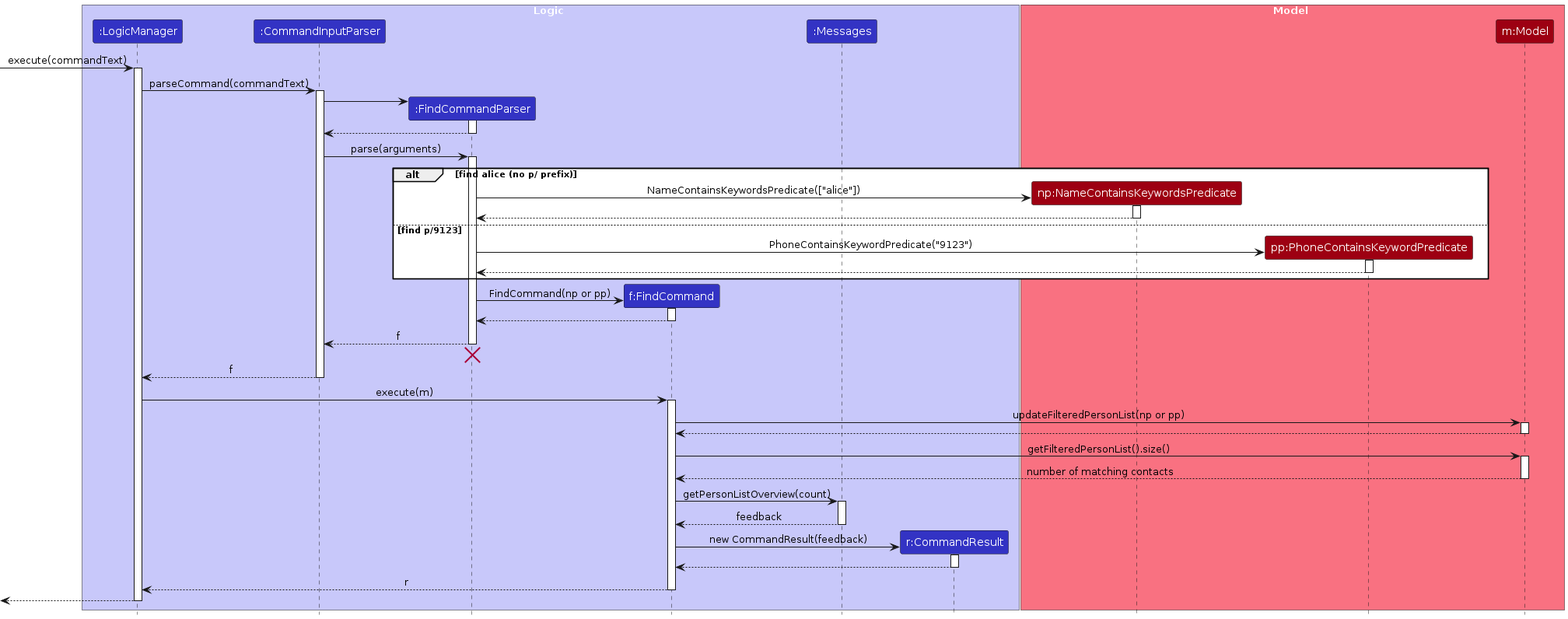
Above: diagrams/FindSequenceDiagram.png in AY2627S1-CS2103T-T09-2/tp (PlantUML), before the change. Its source is kept beside it as diagrams/FindSequenceDiagram.puml.
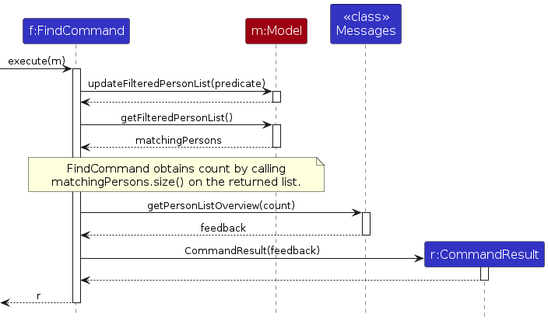
After the change.

What changed in the source:
```diff
@@ -1,78 +1,32 @@
 @startuml
 !include style.puml
 skinparam ArrowFontStyle plain
+skinparam SequenceMessageFontSize 16
+skinparam ParticipantFontSize 16
+skinparam NoteFontSize 15
 
-box Logic LOGIC_COLOR_T1
-participant ":LogicManager" as LogicManager LOGIC_COLOR
-participant ":CommandInputParser" as CommandInputParser LOGIC_COLOR
-participant ":FindCommandParser" as FindCommandParser LOGIC_COLOR
 participant "f:FindCommand" as FindCommand LOGIC_COLOR
-participant ":Messages" as Messages LOGIC_COLOR
+participant "m:Model" as Model MODEL_COLOR
+participant "<<class>>\nMessages" as Messages LOGIC_COLOR
 participant "r:CommandResult" as CommandResult LOGIC_COLOR
-end box
 
-box Model MODEL_COLOR_T1
-participant "np:NameContainsKeywordsPredicate" as NamePredicate MODEL_COLOR
-participant "pp:PhoneContainsKeywordPredicate" as PhonePredicate MODEL_COLOR
-participant "m:Model" as Model MODEL_COLOR
-end box
-
-[-> LogicManager : execute(commandText)
-activate LogicManager
-
-LogicManager -> CommandInputParser : parseCommand(commandText)
-activate CommandInputParser
-
-create FindCommandParser
-CommandInputParser -> FindCommandParser
-activate FindCommandParser
-
-FindCommandParser --> CommandInputParser
-deactivate FindCommandParser
-
-CommandInputParser -> FindCommandParser : parse(arguments)
-activate FindCommandParser
-
-alt find alice (no p/ prefix)
-    create NamePredicate
-    FindCommandParser -> NamePredicate : NameContainsKeywordsPredicate(["alice"])
-    activate NamePredicate
-    NamePredicate --> FindCommandParser
-    deactivate NamePredicate
-else find p/9123
-    create PhonePredicate
-    FindCommandParser -> PhonePredicate : PhoneContainsKeywordPredicate("9123")
-    activate PhonePredicate
-    PhonePredicate --> FindCommandParser
-    deactivate PhonePredicate
-end
-
-create FindCommand
-FindCommandParser -> FindCommand : FindCommand(np or pp)
-activate FindCommand
-FindCommand --> FindCommandParser
-deactivate FindCommand
-
-FindCommandParser --> CommandInputParser : f
-deactivate FindCommandParser
-FindCommandParser -[hidden]-> CommandInputParser
-destroy FindCommandParser
-
-CommandInputParser --> LogicManager : f
-deactivate CommandInputParser
-
-LogicManager -> FindCommand : execute(m)
+[-> FindCommand : execute(m)
 activate FindCommand
 
-FindCommand -> Model : updateFilteredPersonList(np or pp)
+FindCommand -> Model : updateFilteredPersonList(predicate)
 activate Model
 Model --> FindCommand
 deactivate Model
 
-FindCommand -> Model : getFilteredPersonList().size()
+FindCommand -> Model : getFilteredPersonList()
 activate Model
-Model --> FindCommand : number of matching contacts
+Model --> FindCommand : matchingPersons
 deactivate Model
+
+note over FindCommand, Model
+  FindCommand obtains count by calling
+  matchingPersons.size() on the returned list.
+end note
 
 FindCommand -> Messages : getPersonListOverview(count)
 activate Messages
@@ -80,14 +34,11 @@
 deactivate Messages
 
 create CommandResult
-FindCommand -> CommandResult : new CommandResult(feedback)
+FindCommand -> CommandResult : CommandResult(feedback)
 activate CommandResult
 CommandResult --> FindCommand
 deactivate CommandResult
 
-FindCommand --> LogicManager : r
+[<-- FindCommand : r
 deactivate FindCommand
-
-[<--LogicManager
-deactivate LogicManager
 @enduml
```
